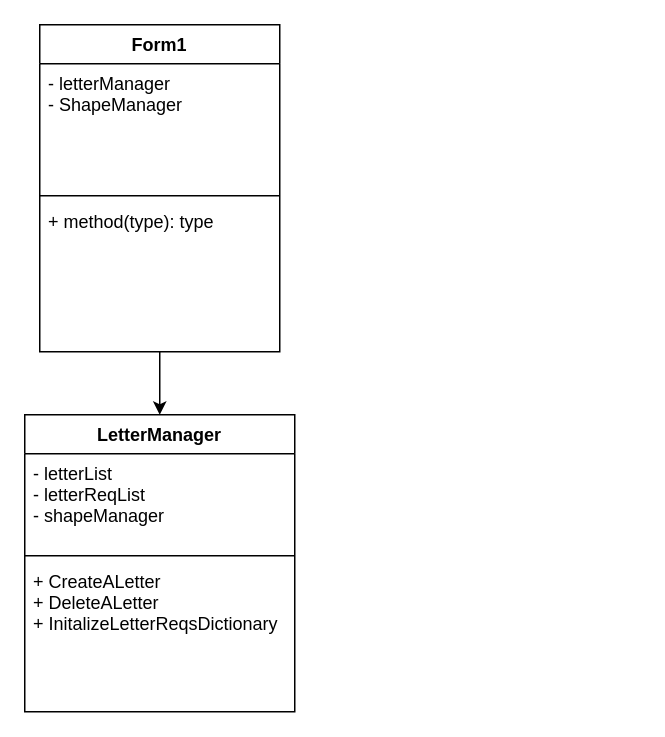
Above: Untitled Diagram.drawio in WyattCroucher3/ClassDiagramCptS321 (draw.io), before the change. Source tidied: cells renumbered, new cells numbered last; positions are measured from the earlier drawing's top-left corner, leaving out a move shared by most shapes. Both pictures are drawn from the tidied source at 150%, with x=0, y=0 at pixel (24, 24).
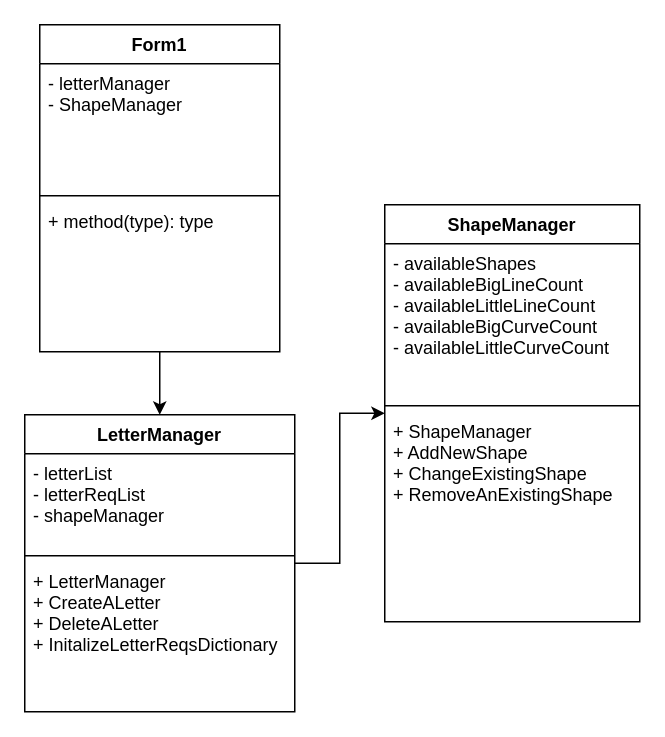
Above is the later version.

Diff of the diagram source:
```diff
@@
 <mxGraphModel>
   <root>
     <mxCell id="0" />
     <mxCell id="1" parent="0" />
     <mxCell id="2" style="edgeStyle=orthogonalEdgeStyle;rounded=0;jettySize=auto;html=1;" parent="1" edge="1" source="3" target="7">
       <mxGeometry relative="1" as="geometry" />
     </mxCell>
     <mxCell id="3" value="Form1" style="swimlane;fontStyle=1;align=center;verticalAlign=top;horizontal=1;startSize=26;" parent="1" vertex="1">
       <mxGeometry x="10" width="160" height="218" as="geometry" />
     </mxCell>
     <mxCell id="4" value="- letterManager&#10;- ShapeManager&#10;" style="text;strokeColor=none;fillColor=none;align=left;verticalAlign=top;spacingLeft=4;spacingRight=4;overflow=hidden;" parent="3" vertex="1">
       <mxGeometry y="26" width="160" height="84" as="geometry" />
     </mxCell>
     <mxCell id="5" style="line;strokeWidth=1;fillColor=none;align=left;verticalAlign=middle;spacingTop=-1;spacingLeft=3;spacingRight=3;labelPosition=right;strokeColor=inherit;" parent="3" vertex="1">
       <mxGeometry y="110" width="160" height="8" as="geometry" />
     </mxCell>
     <mxCell id="6" value="+ method(type): type" style="text;strokeColor=none;fillColor=none;align=left;verticalAlign=top;spacingLeft=4;spacingRight=4;overflow=hidden;" parent="3" vertex="1">
       <mxGeometry y="118" width="160" height="100" as="geometry" />
     </mxCell>
+    <mxCell id="11" style="edgeStyle=orthogonalEdgeStyle;rounded=0;jettySize=auto;html=1;" parent="1" edge="1" source="7" target="12">
+      <mxGeometry relative="1" as="geometry" />
+    </mxCell>
     <mxCell id="7" value="LetterManager" style="swimlane;fontStyle=1;align=center;verticalAlign=top;horizontal=1;startSize=26;" parent="1" vertex="1">
       <mxGeometry y="260" width="180" height="198" as="geometry" />
     </mxCell>
     <mxCell id="8" value="- letterList&#10;- letterReqList&#10;- shapeManager" style="text;strokeColor=none;fillColor=none;align=left;verticalAlign=top;spacingLeft=4;spacingRight=4;overflow=hidden;" parent="7" vertex="1">
       <mxGeometry y="26" width="180" height="64" as="geometry" />
     </mxCell>
     <mxCell id="9" style="line;strokeWidth=1;fillColor=none;align=left;verticalAlign=middle;spacingTop=-1;spacingLeft=3;spacingRight=3;labelPosition=right;strokeColor=inherit;" parent="7" vertex="1">
       <mxGeometry y="90" width="180" height="8" as="geometry" />
     </mxCell>
-    <mxCell id="10" value="+ CreateALetter&#10;+ DeleteALetter&#10;+ InitalizeLetterReqsDictionary" style="text;strokeColor=none;fillColor=none;align=left;verticalAlign=top;spacingLeft=4;spacingRight=4;overflow=hidden;" parent="7" vertex="1">
+    <mxCell id="10" value="+ LetterManager&#10;+ CreateALetter&#10;+ DeleteALetter&#10;+ InitalizeLetterReqsDictionary" style="text;strokeColor=none;fillColor=none;align=left;verticalAlign=top;spacingLeft=4;spacingRight=4;overflow=hidden;" parent="7" vertex="1">
       <mxGeometry y="98" width="180" height="100" as="geometry" />
     </mxCell>
+    <mxCell id="12" value="ShapeManager" style="swimlane;fontStyle=1;align=center;verticalAlign=top;horizontal=1;startSize=26;" parent="1" vertex="1">
+      <mxGeometry x="240" y="120" width="170" height="278" as="geometry" />
+    </mxCell>
+    <mxCell id="13" value="- availableShapes&#10;- availableBigLineCount&#10;- availableLittleLineCount&#10;- availableBigCurveCount&#10;- availableLittleCurveCount" style="text;strokeColor=none;fillColor=none;align=left;verticalAlign=top;spacingLeft=4;spacingRight=4;overflow=hidden;" parent="12" vertex="1">
+      <mxGeometry y="26" width="170" height="104" as="geometry" />
+    </mxCell>
+    <mxCell id="14" style="line;strokeWidth=1;fillColor=none;align=left;verticalAlign=middle;spacingTop=-1;spacingLeft=3;spacingRight=3;labelPosition=right;strokeColor=inherit;" parent="12" vertex="1">
+      <mxGeometry y="130" width="170" height="8" as="geometry" />
+    </mxCell>
+    <mxCell id="15" value="+ ShapeManager&#10;+ AddNewShape&#10;+ ChangeExistingShape&#10;+ RemoveAnExistingShape" style="text;strokeColor=none;fillColor=none;align=left;verticalAlign=top;spacingLeft=4;spacingRight=4;overflow=hidden;" parent="12" vertex="1">
+      <mxGeometry y="138" width="170" height="140" as="geometry" />
+    </mxCell>
   </root>
 </mxGraphModel>
```
